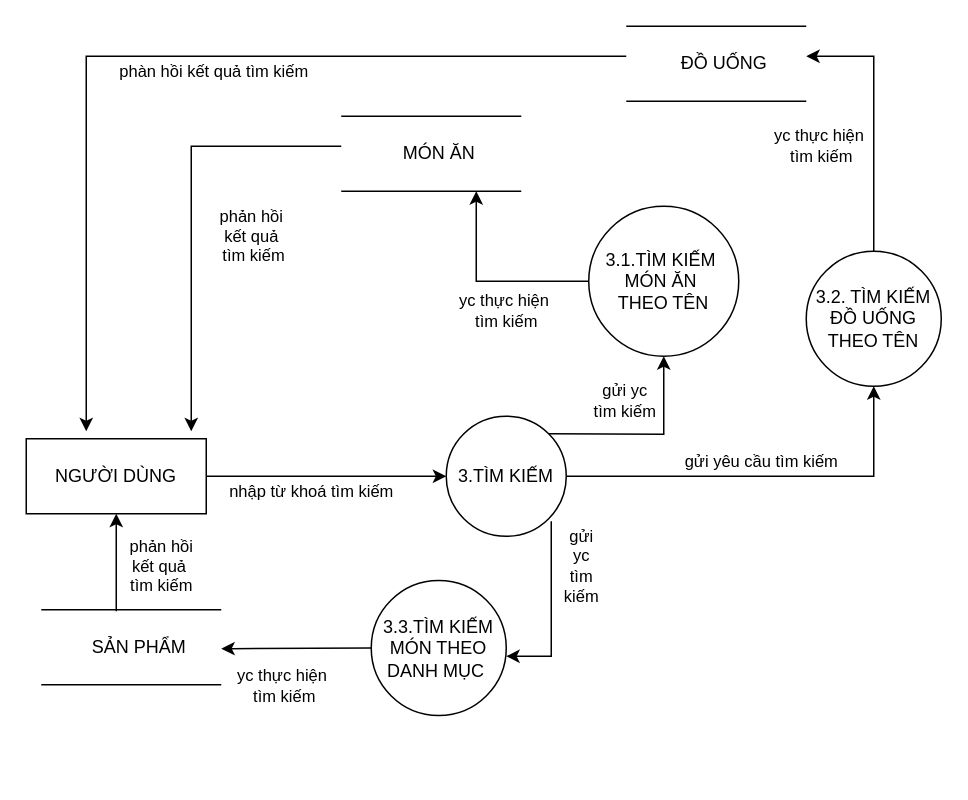
Above: page "tìm kiếm" (8 of 11) of Biểu đồ không có tiêu đề.drawio in trucka312/diagram (draw.io), before the change. Source tidied: cells renumbered, new cells numbered last; positions are measured from the earlier drawing's top-left corner, leaving out a move shared by most shapes. Both pictures are drawn from the tidied source at 150%, with x=0, y=0 at pixel (26, 26).
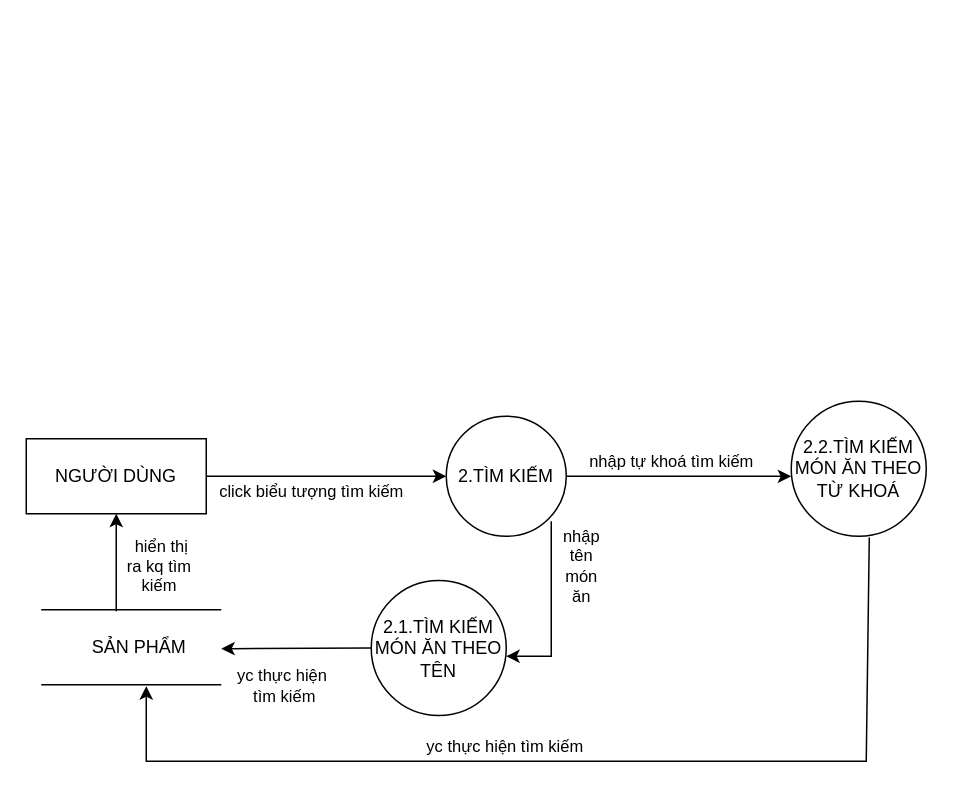
The same diagram, later.

The change refers to these unchanged cells:
```xml
<mxCell id="3" value="NGƯỜI DÙNG" style="rounded=0;whiteSpace=wrap;html=1;" parent="1" vertex="1">
  <mxGeometry y="275" width="120" height="50" as="geometry" />
</mxCell>
```

Change to the diagram source:
```diff
@@
-    <mxCell id="2" value="3.TÌM KIẾM" style="ellipse;whiteSpace=wrap;html=1;" parent="1" vertex="1">
+    <mxCell id="2" value="2.TÌM KIẾM" style="ellipse;whiteSpace=wrap;html=1;" parent="1" vertex="1">
       <mxGeometry x="280" y="260" width="80" height="80" as="geometry" />
     </mxCell>
@@
-    <mxCell id="4" value="nhập từ khoá tìm kiếm" style="endArrow=classic;html=1;rounded=0;exitX=1;exitY=0.5;exitDx=0;exitDy=0;entryX=0;entryY=0.5;entryDx=0;entryDy=0;" parent="1" edge="1" source="3" target="2">
+    <mxCell id="4" value="click biểu tượng tìm kiếm" style="endArrow=classic;html=1;rounded=0;exitX=1;exitY=0.5;exitDx=0;exitDy=0;entryX=0;entryY=0.5;entryDx=0;entryDy=0;" parent="1" edge="1" source="3" target="2">
       <mxGeometry x="-0.12" y="-10" relative="1" as="geometry">
         <Array as="points">
           <mxPoint x="150" y="300" />
         </Array>
       </mxGeometry>
     </mxCell>
-    <mxCell id="5" value="3.1.TÌM KIẾM&amp;nbsp;&lt;br&gt;MÓN ĂN&amp;nbsp;&lt;br&gt;THEO TÊN" style="ellipse;whiteSpace=wrap;html=1;" parent="1" vertex="1">
-      <mxGeometry x="375" y="120" width="100" height="100" as="geometry" />
-    </mxCell>
-    <mxCell id="6" value="gửi yc&lt;br&gt;tìm kiếm" style="endArrow=classic;html=1;rounded=0;exitX=1;exitY=0;exitDx=0;exitDy=0;entryX=0.5;entryY=1;entryDx=0;entryDy=0;" parent="1" edge="1" source="2" target="5">
-      <mxGeometry x="-0.2" y="22" relative="1" as="geometry">
-        <Array as="points">
-          <mxPoint x="425" y="272" />
-        </Array>
-      </mxGeometry>
-    </mxCell>
-    <mxCell id="7" style="endArrow=none;html=1;rounded=0;" parent="1" edge="1">
-      <mxGeometry relative="1" as="geometry">
-        <mxPoint x="210" y="60" as="sourcePoint" />
-        <mxPoint x="330" y="60" as="targetPoint" />
-        <Array as="points">
-          <mxPoint x="260" y="60" />
-        </Array>
-      </mxGeometry>
-    </mxCell>
-    <mxCell id="8" style="endArrow=none;html=1;rounded=0;" parent="1" edge="1">
-      <mxGeometry relative="1" as="geometry">
-        <mxPoint x="210" y="110" as="sourcePoint" />
-        <mxPoint x="330" y="110" as="targetPoint" />
-        <Array as="points">
-          <mxPoint x="260" y="110" />
-        </Array>
-      </mxGeometry>
-    </mxCell>
-    <mxCell id="9" value="MÓN ĂN" style="text;html=1;align=center;verticalAlign=middle;strokeColor=none;fillColor=none;" parent="1" vertex="1">
-      <mxGeometry x="240" y="70" width="70" height="30" as="geometry" />
-    </mxCell>
-    <mxCell id="10" value="yc thực hiện&amp;nbsp;&lt;br&gt;tìm kiếm" style="endArrow=classic;html=1;rounded=0;exitX=0;exitY=0.5;exitDx=0;exitDy=0;" parent="1" edge="1" source="5">
-      <mxGeometry x="-0.19" y="20" relative="1" as="geometry">
-        <mxPoint x="300" y="110" as="targetPoint" />
-        <Array as="points">
-          <mxPoint x="300" y="170" />
-        </Array>
-      </mxGeometry>
-    </mxCell>
-    <mxCell id="11" value="phản hồi &lt;br&gt;kết quả&lt;br&gt;&amp;nbsp;tìm kiếm" style="endArrow=classic;html=1;rounded=0;" parent="1" edge="1">
-      <mxGeometry x="0.1" y="40" relative="1" as="geometry">
-        <mxPoint x="210" y="80" as="sourcePoint" />
-        <mxPoint x="110" y="270" as="targetPoint" />
-        <Array as="points">
-          <mxPoint x="110" y="80" />
-          <mxPoint x="110" y="230" />
-        </Array>
-      </mxGeometry>
-    </mxCell>
-    <mxCell id="12" value="3.3.TÌM KIẾM MÓN THEO DANH MỤC&amp;nbsp;" style="ellipse;whiteSpace=wrap;html=1;" parent="1" vertex="1">
+    <mxCell id="12" value="2.1.TÌM KIẾM MÓN ĂN THEO TÊN" style="ellipse;whiteSpace=wrap;html=1;" parent="1" vertex="1">
       <mxGeometry x="230" y="369.5" width="90" height="90" as="geometry" />
     </mxCell>
-    <mxCell id="13" value="gửi&lt;br&gt;&amp;nbsp;yc&amp;nbsp;&lt;br&gt;tìm &lt;br&gt;kiếm" style="endArrow=classic;html=1;rounded=0;" parent="1" edge="1">
+    <mxCell id="13" value="nhập&lt;br&gt;tên&lt;br&gt;món&lt;br&gt;ăn" style="endArrow=classic;html=1;rounded=0;" parent="1" edge="1">
       <mxGeometry x="-0.5" y="20" relative="1" as="geometry">
         <mxPoint x="350" y="330" as="sourcePoint" />
         <mxPoint x="320" y="420" as="targetPoint" />
         <Array as="points">
           <mxPoint x="350" y="420" />
         </Array>
       </mxGeometry>
     </mxCell>
@@
-    <mxCell id="18" value="gửi yêu cầu tìm kiếm" style="endArrow=classic;html=1;rounded=0;entryX=0.5;entryY=1;entryDx=0;entryDy=0;exitX=1;exitY=0.5;exitDx=0;exitDy=0;" parent="1" edge="1" source="2" target="19">
-      <mxGeometry x="-0.02" y="10" relative="1" as="geometry">
-        <Array as="points">
-          <mxPoint x="565" y="300" />
-        </Array>
-      </mxGeometry>
-    </mxCell>
-    <mxCell id="19" value="3.2. TÌM KIẾM&lt;br&gt;ĐỒ UỐNG THEO TÊN" style="ellipse;whiteSpace=wrap;html=1;" parent="1" vertex="1">
-      <mxGeometry x="520" y="150" width="90" height="90" as="geometry" />
-    </mxCell>
-    <mxCell id="20" style="endArrow=none;html=1;rounded=0;" parent="1" edge="1">
-      <mxGeometry relative="1" as="geometry">
-        <mxPoint x="400" as="sourcePoint" />
-        <mxPoint x="520" as="targetPoint" />
-        <Array as="points">
-          <mxPoint x="450" />
-        </Array>
-      </mxGeometry>
-    </mxCell>
-    <mxCell id="21" style="endArrow=none;html=1;rounded=0;" parent="1" edge="1">
-      <mxGeometry relative="1" as="geometry">
-        <mxPoint x="400" y="50" as="sourcePoint" />
-        <mxPoint x="520" y="50" as="targetPoint" />
-        <Array as="points">
-          <mxPoint x="450" y="50" />
-        </Array>
-      </mxGeometry>
-    </mxCell>
-    <mxCell id="22" value="ĐỒ UỐNG" style="text;html=1;align=center;verticalAlign=middle;strokeColor=none;fillColor=none;" parent="1" vertex="1">
-      <mxGeometry x="425" y="10" width="80" height="30" as="geometry" />
-    </mxCell>
-    <mxCell id="23" value="yc thực hiện&amp;nbsp;&lt;br style=&quot;border-color: var(--border-color);&quot;&gt;tìm kiếm" style="endArrow=classic;html=1;rounded=0;exitX=0.5;exitY=0;exitDx=0;exitDy=0;" parent="1" edge="1" source="19">
-      <mxGeometry x="-0.2" y="35" relative="1" as="geometry">
-        <mxPoint x="520" y="20" as="targetPoint" />
-        <Array as="points">
-          <mxPoint x="565" y="20" />
-        </Array>
-      </mxGeometry>
-    </mxCell>
-    <mxCell id="24" value="phản hồi&lt;br&gt;kết quả&amp;nbsp;&lt;br&gt;tìm kiếm" style="endArrow=classic;html=1;rounded=0;entryX=0.5;entryY=1;entryDx=0;entryDy=0;" parent="1" edge="1" target="3">
+    <mxCell id="24" value="hiển thị &lt;br&gt;ra kq tìm&amp;nbsp;&lt;br&gt;kiếm&amp;nbsp;" style="endArrow=classic;html=1;rounded=0;entryX=0.5;entryY=1;entryDx=0;entryDy=0;" parent="1" edge="1" target="3">
       <mxGeometry x="-0.08" y="-30" relative="1" as="geometry">
         <mxPoint x="60" y="390" as="sourcePoint" />
       </mxGeometry>
     </mxCell>
-    <mxCell id="25" value="phàn hồi kết quả tìm kiếm" style="endArrow=classic;html=1;rounded=0;" parent="1" edge="1">
-      <mxGeometry x="-0.1" y="10" relative="1" as="geometry">
-        <mxPoint x="400" y="20" as="sourcePoint" />
-        <mxPoint x="40" y="270" as="targetPoint" />
-        <Array as="points">
-          <mxPoint x="40" y="20" />
-        </Array>
-      </mxGeometry>
-    </mxCell>
+    <mxCell id="26" value="2.2.TÌM KIẾM MÓN ĂN THEO TỪ KHOÁ" style="ellipse;whiteSpace=wrap;html=1;" parent="1" vertex="1">
+      <mxGeometry x="510" y="250" width="90" height="90" as="geometry" />
+    </mxCell>
+    <mxCell id="27" value="nhập tự khoá tìm kiếm" style="endArrow=classic;html=1;rounded=0;exitX=1;exitY=0.5;exitDx=0;exitDy=0;entryX=0;entryY=0.556;entryDx=0;entryDy=0;entryPerimeter=0;" parent="1" edge="1" source="2" target="26">
+      <mxGeometry x="-0.07" y="10" relative="1" as="geometry" />
+    </mxCell>
+    <mxCell id="28" value="yc thực hiện&amp;nbsp;tìm kiếm" style="endArrow=classic;html=1;rounded=0;exitX=0.578;exitY=1.01;exitDx=0;exitDy=0;exitPerimeter=0;" parent="1" edge="1" source="26">
+      <mxGeometry x="0.15" y="-10" relative="1" as="geometry">
+        <mxPoint x="80" y="440" as="targetPoint" />
+        <Array as="points">
+          <mxPoint x="560" y="490" />
+          <mxPoint x="80" y="490" />
+        </Array>
+      </mxGeometry>
+    </mxCell>
```
